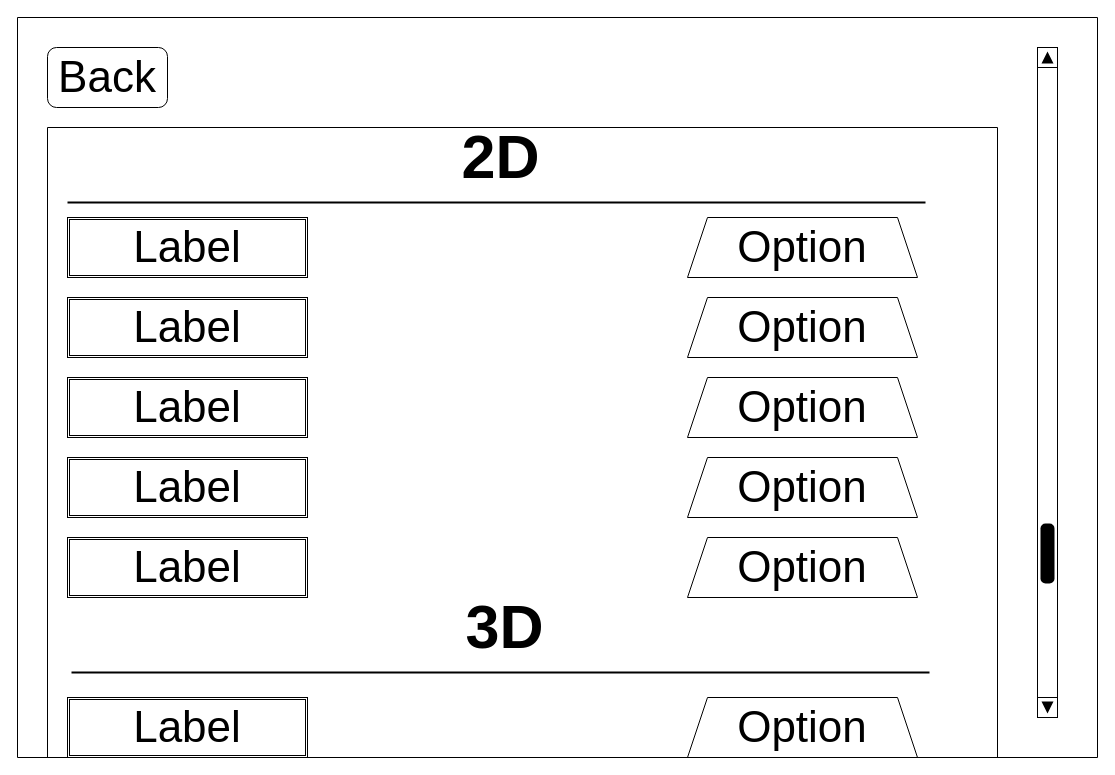
Above: page "Visual Settings" (4 of 11) of Design/Project.drawio in PawekPL/Atlas-of-Dreams (draw.io), before the change. Source tidied: cells renumbered, new cells numbered last; positions are measured from the earlier drawing's top-left corner, leaving out a move shared by most shapes. Both pictures are drawn from the tidied source at 100%, with x=0, y=0 at pixel (17, 17).
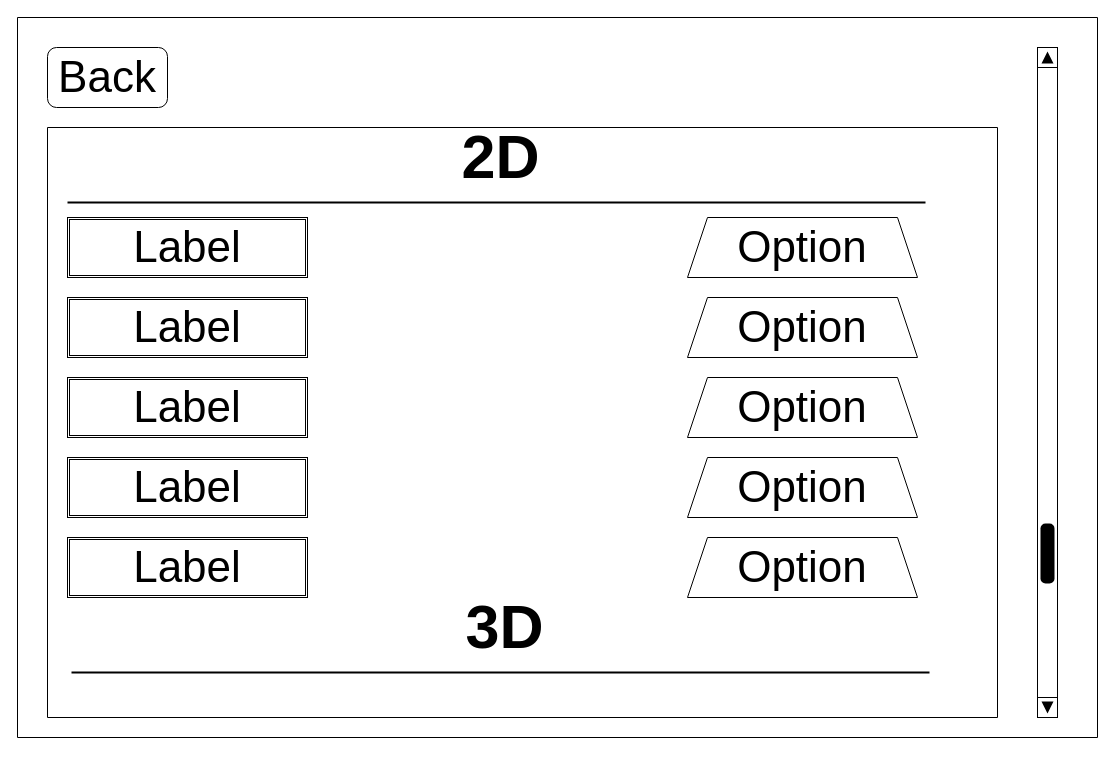
Above is the later version.

Diff of the diagram source:
```diff
@@
     <mxCell id="2" style="swimlane;startSize=0;fontSize=44;" parent="1" vertex="1">
-      <mxGeometry width="1080" height="740" as="geometry" />
+      <mxGeometry width="1080" height="720" as="geometry" />
     </mxCell>
@@
-    <mxCell id="15" value="Option" style="shape=trapezoid;perimeter=trapezoidPerimeter;whiteSpace=wrap;html=1;fixedSize=1;fontSize=44;" parent="2" vertex="1">
-      <mxGeometry x="670" y="680" width="230" height="60" as="geometry" />
-    </mxCell>
-    <mxCell id="16" value="Label" style="shape=ext;double=1;rounded=0;whiteSpace=wrap;html=1;fontSize=44;" parent="2" vertex="1">
-      <mxGeometry x="50" y="680" width="240" height="60" as="geometry" />
-    </mxCell>
@@
     <mxCell id="21" style="swimlane;startSize=0;fontSize=61;" parent="1" vertex="1">
-      <mxGeometry x="30" y="110" width="950" height="630" as="geometry" />
+      <mxGeometry x="30" y="110" width="950" height="590" as="geometry" />
     </mxCell>
```
